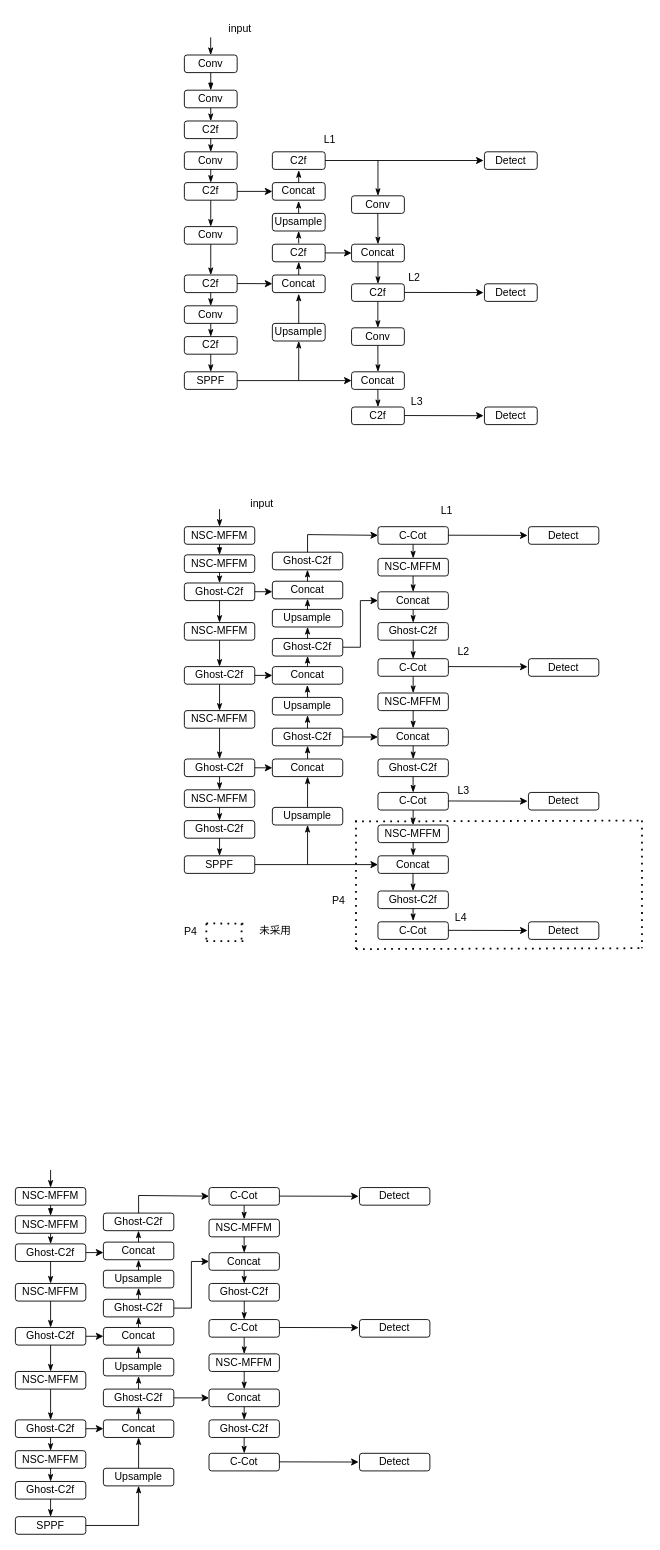
Before: nscot_yolo.drawio in recluse99/tcp_ip, a draw.io diagram. Source tidied: cells renumbered, new cells numbered last; positions are measured from the earlier drawing's top-left corner, leaving out a move shared by most shapes. Both pictures are drawn from the tidied source at 88%, with x=0, y=0 at pixel (15, 15).
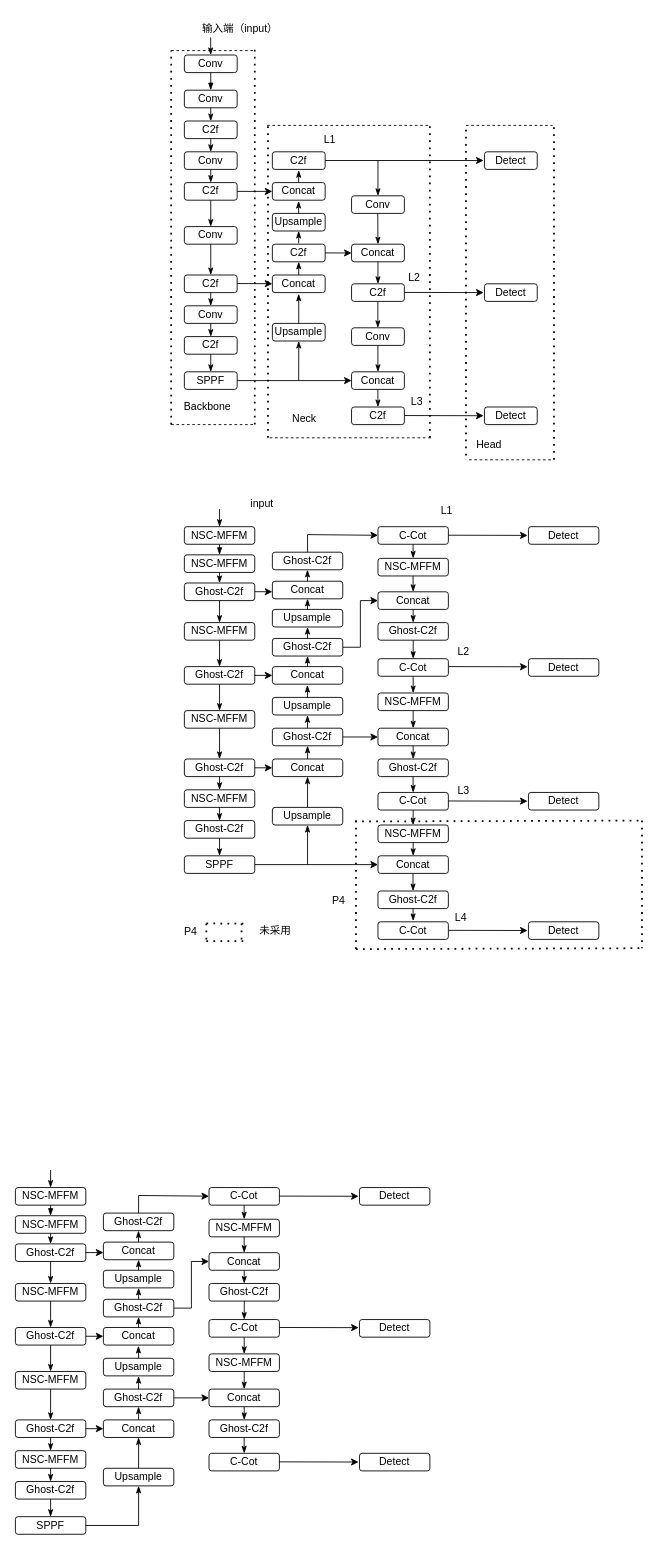
Above is the later version.

Diff of the diagram source:
```diff
@@
-    <mxCell id="8" value="input" style="text;html=1;align=center;verticalAlign=middle;strokeColor=none;fillColor=none;" parent="1" vertex="1">
-      <mxGeometry x="232" width="45" height="30" as="geometry" />
+    <mxCell id="8" value="输入端（input）" style="text;html=1;align=center;verticalAlign=middle;strokeColor=none;fillColor=none;" parent="1" vertex="1">
+      <mxGeometry x="203" y="2" width="104" height="26" as="geometry" />
     </mxCell>
@@
+    <mxCell id="224" style="endArrow=none;dashed=1;html=1;dashPattern=1 3;strokeWidth=2;rounded=0;" parent="1" edge="1">
+      <mxGeometry relative="1" as="geometry">
+        <mxPoint x="287" y="480" as="sourcePoint" />
+        <mxPoint x="287" y="125" as="targetPoint" />
+      </mxGeometry>
+    </mxCell>
+    <mxCell id="225" style="endArrow=none;dashed=1;html=1;rounded=0;" parent="1" edge="1">
+      <mxGeometry relative="1" as="geometry">
+        <mxPoint x="177" y="40" as="sourcePoint" />
+        <mxPoint x="272" y="40" as="targetPoint" />
+      </mxGeometry>
+    </mxCell>
+    <mxCell id="226" style="endArrow=none;dashed=1;html=1;dashPattern=1 3;strokeWidth=2;rounded=0;" parent="1" edge="1">
+      <mxGeometry relative="1" as="geometry">
+        <mxPoint x="272" y="465" as="sourcePoint" />
+        <mxPoint x="272" y="35" as="targetPoint" />
+      </mxGeometry>
+    </mxCell>
+    <mxCell id="227" style="endArrow=none;dashed=1;html=1;rounded=0;" parent="1" edge="1">
+      <mxGeometry relative="1" as="geometry">
+        <mxPoint x="177" y="465" as="sourcePoint" />
+        <mxPoint x="272" y="465" as="targetPoint" />
+      </mxGeometry>
+    </mxCell>
+    <mxCell id="228" value="Backbone" style="text;html=1;align=center;verticalAlign=middle;strokeColor=none;fillColor=none;" parent="1" vertex="1">
+      <mxGeometry x="180" y="430" width="75" height="30" as="geometry" />
+    </mxCell>
+    <mxCell id="229" style="endArrow=none;dashed=1;html=1;dashPattern=1 3;strokeWidth=2;rounded=0;" parent="1" edge="1">
+      <mxGeometry relative="1" as="geometry">
+        <mxPoint x="177" y="465" as="sourcePoint" />
+        <mxPoint x="177" y="40" as="targetPoint" />
+      </mxGeometry>
+    </mxCell>
+    <mxCell id="230" style="endArrow=none;dashed=1;html=1;rounded=0;" parent="1" edge="1">
+      <mxGeometry relative="1" as="geometry">
+        <mxPoint x="286" y="125" as="sourcePoint" />
+        <mxPoint x="471" y="125" as="targetPoint" />
+      </mxGeometry>
+    </mxCell>
+    <mxCell id="231" style="endArrow=none;dashed=1;html=1;dashPattern=1 3;strokeWidth=2;rounded=0;" parent="1" edge="1">
+      <mxGeometry relative="1" as="geometry">
+        <mxPoint x="471" y="480" as="sourcePoint" />
+        <mxPoint x="471" y="125" as="targetPoint" />
+      </mxGeometry>
+    </mxCell>
+    <mxCell id="232" style="endArrow=none;dashed=1;html=1;rounded=0;" parent="1" edge="1">
+      <mxGeometry relative="1" as="geometry">
+        <mxPoint x="289" y="480" as="sourcePoint" />
+        <mxPoint x="474" y="480" as="targetPoint" />
+      </mxGeometry>
+    </mxCell>
+    <mxCell id="233" value="Neck" style="text;html=1;align=center;verticalAlign=middle;strokeColor=none;fillColor=none;" parent="1" vertex="1">
+      <mxGeometry x="303" y="443" width="50" height="30" as="geometry" />
+    </mxCell>
+    <mxCell id="234" style="endArrow=none;dashed=1;html=1;dashPattern=1 3;strokeWidth=2;rounded=0;" parent="1" edge="1">
+      <mxGeometry relative="1" as="geometry">
+        <mxPoint x="512" y="500" as="sourcePoint" />
+        <mxPoint x="512" y="125" as="targetPoint" />
+      </mxGeometry>
+    </mxCell>
+    <mxCell id="235" style="endArrow=none;dashed=1;html=1;rounded=0;" parent="1" edge="1">
+      <mxGeometry relative="1" as="geometry">
+        <mxPoint x="515.5" y="505" as="sourcePoint" />
+        <mxPoint x="610.5" y="505" as="targetPoint" />
+      </mxGeometry>
+    </mxCell>
+    <mxCell id="236" style="endArrow=none;dashed=1;html=1;dashPattern=1 3;strokeWidth=2;rounded=0;" parent="1" edge="1">
+      <mxGeometry relative="1" as="geometry">
+        <mxPoint x="612" y="505" as="sourcePoint" />
+        <mxPoint x="612" y="125" as="targetPoint" />
+      </mxGeometry>
+    </mxCell>
+    <mxCell id="237" style="endArrow=none;dashed=1;html=1;rounded=0;" parent="1" edge="1">
+      <mxGeometry relative="1" as="geometry">
+        <mxPoint x="512" y="125" as="sourcePoint" />
+        <mxPoint x="610.5" y="125" as="targetPoint" />
+      </mxGeometry>
+    </mxCell>
+    <mxCell id="238" value="Head" style="text;html=1;align=center;verticalAlign=middle;strokeColor=none;fillColor=none;" parent="1" vertex="1">
+      <mxGeometry x="513" y="473" width="50" height="30" as="geometry" />
+    </mxCell>
```
